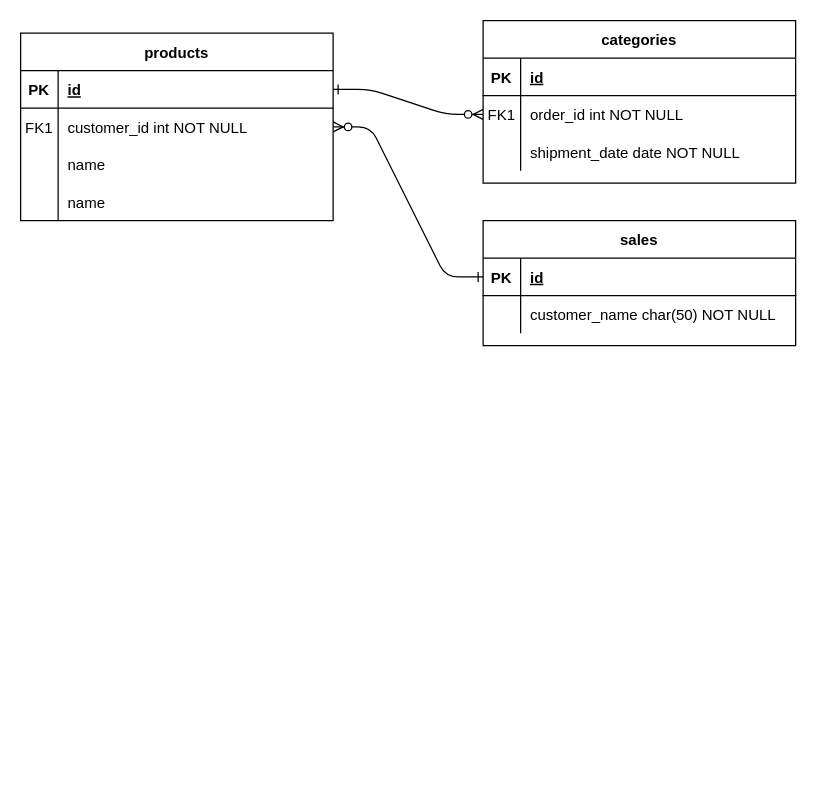
Earlier version of the draw.io diagram design.drawio (bio426/gendor). Source tidied: cells renumbered, new cells numbered last; positions are measured from the earlier drawing's top-left corner, leaving out a move shared by most shapes. Both pictures are drawn from the tidied source at 125%, with x=0, y=0 at pixel (20, 20).
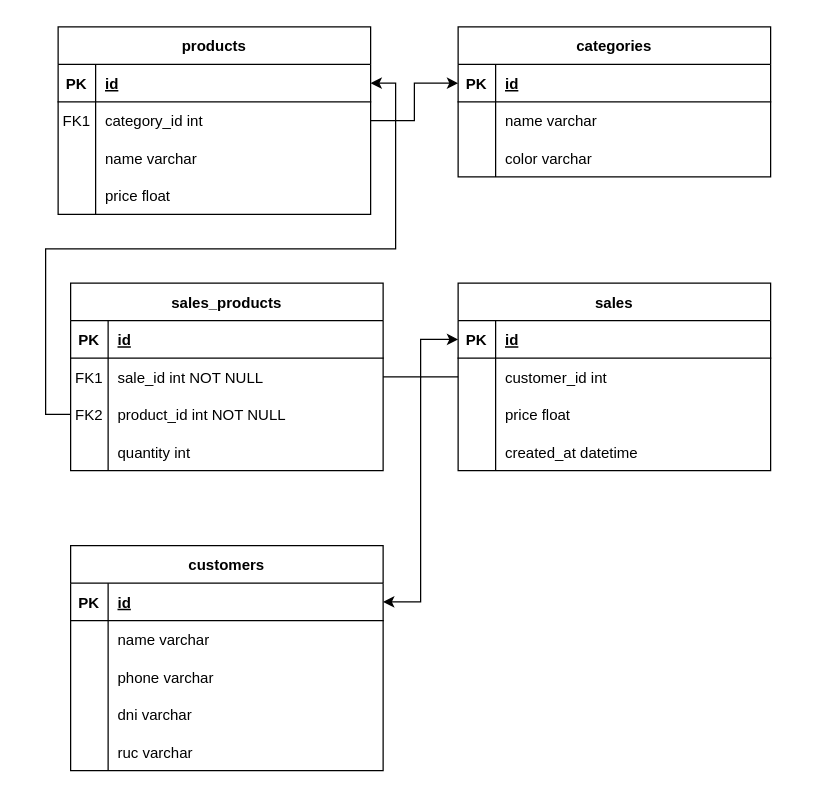
The same diagram, later.

The change refers to these unchanged cells:
```xml
<mxCell id="5" style="shape=partialRectangle;fillColor=none;points=[[0,0.5],[1,0.5]];portConstraint=eastwest;top=0;left=0;right=0;bottom=1;" parent="4" vertex="1">
  <mxGeometry y="30" width="250" height="30" as="geometry" />
</mxCell>
<mxCell id="8" style="shape=partialRectangle;fillColor=none;points=[[0,0.5],[1,0.5]];portConstraint=eastwest;top=0;left=0;right=0;bottom=0;" parent="4" vertex="1">
  <mxGeometry y="60" width="250" height="30" as="geometry" />
</mxCell>
<mxCell id="11" style="shape=partialRectangle;fillColor=none;top=0;left=0;right=0;bottom=0;" parent="4" vertex="1">
  <mxGeometry y="90" width="250" height="30" as="geometry" />
</mxCell>
<mxCell id="14" style="shape=partialRectangle;fillColor=none;top=0;left=0;right=0;bottom=0;" parent="4" vertex="1">
  <mxGeometry y="120" width="250" height="30" as="geometry" />
</mxCell>
<mxCell id="18" style="shape=partialRectangle;fillColor=none;points=[[0,0.5],[1,0.5]];portConstraint=eastwest;top=0;left=0;right=0;bottom=1;" parent="17" vertex="1">
  <mxGeometry y="30" width="250" height="30" as="geometry" />
</mxCell>
<mxCell id="28" style="shape=partialRectangle;fillColor=none;points=[[0,0.5],[1,0.5]];portConstraint=eastwest;top=0;left=0;right=0;bottom=1;" parent="27" vertex="1">
  <mxGeometry y="30" width="250" height="30" as="geometry" />
</mxCell>
<mxCell id="31" style="shape=partialRectangle;fillColor=none;points=[[0,0.5],[1,0.5]];portConstraint=eastwest;top=0;left=0;right=0;bottom=0;" parent="27" vertex="1">
  <mxGeometry y="60" width="250" height="30" as="geometry" />
</mxCell>
```

What changed in the source:
```diff
@@
-    <mxCell id="2" style="edgeStyle=entityRelationEdgeStyle;endArrow=ERzeroToMany;startArrow=ERone;endFill=1;startFill=0;" parent="1" edge="1" source="28" target="8">
-      <mxGeometry relative="1" as="geometry" />
-    </mxCell>
-    <mxCell id="3" style="edgeStyle=entityRelationEdgeStyle;endArrow=ERzeroToMany;startArrow=ERone;endFill=1;startFill=0;" parent="1" edge="1" source="5" target="21">
-      <mxGeometry relative="1" as="geometry" />
-    </mxCell>
     <mxCell id="4" value="products" style="shape=table;startSize=30;childLayout=tableLayout;rowLines=0;fontStyle=1;align=center;" parent="1" vertex="1">
-      <mxGeometry y="10" width="250" height="150" as="geometry" />
+      <mxGeometry x="30" y="5" width="250" height="150" as="geometry" />
     </mxCell>
@@
-    <mxCell id="10" value="customer_id int NOT NULL" style="shape=partialRectangle;overflow=hidden;fillColor=none;top=0;left=0;bottom=0;right=0;align=left;spacingLeft=6;" parent="8" vertex="1">
+    <mxCell id="10" value="category_id int" style="shape=partialRectangle;overflow=hidden;fillColor=none;top=0;left=0;bottom=0;right=0;align=left;spacingLeft=6;" parent="8" vertex="1">
       <mxGeometry x="30" width="220" height="30" as="geometry" />
     </mxCell>
@@
-    <mxCell id="13" value="name" style="shape=partialRectangle;overflow=hidden;fillColor=none;top=0;left=0;bottom=0;right=0;align=left;spacingLeft=6;" parent="11" vertex="1">
+    <mxCell id="13" value="name varchar" style="shape=partialRectangle;overflow=hidden;fillColor=none;top=0;left=0;bottom=0;right=0;align=left;spacingLeft=6;" parent="11" vertex="1">
       <mxGeometry x="30" width="220" height="30" as="geometry" />
     </mxCell>
@@
-    <mxCell id="16" value="name" style="shape=partialRectangle;overflow=hidden;fillColor=none;top=0;left=0;bottom=0;right=0;align=left;spacingLeft=6;" parent="14" vertex="1">
+    <mxCell id="16" value="price float" style="shape=partialRectangle;overflow=hidden;fillColor=none;top=0;left=0;bottom=0;right=0;align=left;spacingLeft=6;" parent="14" vertex="1">
       <mxGeometry x="30" width="220" height="30" as="geometry" />
     </mxCell>
     <mxCell id="17" value="categories" style="shape=table;startSize=30;childLayout=tableLayout;rowLines=0;fontStyle=1;align=center;" parent="1" vertex="1">
-      <mxGeometry x="370" width="250" height="130" as="geometry" />
+      <mxGeometry x="350" y="5" width="250" height="120" as="geometry" />
     </mxCell>
@@
-    <mxCell id="21" style="shape=partialRectangle;fillColor=none;points=[[0,0.5],[1,0.5]];portConstraint=eastwest;top=0;left=0;right=0;bottom=0;" parent="17" vertex="1">
-      <mxGeometry y="60" width="250" height="30" as="geometry" />
-    </mxCell>
-    <mxCell id="22" value="FK1" style="shape=partialRectangle;overflow=hidden;fillColor=none;top=0;left=0;bottom=0;right=0;" parent="21" vertex="1">
-      <mxGeometry width="30" height="30" as="geometry" />
-    </mxCell>
-    <mxCell id="23" value="order_id int NOT NULL" style="shape=partialRectangle;overflow=hidden;fillColor=none;top=0;left=0;bottom=0;right=0;align=left;spacingLeft=6;" parent="21" vertex="1">
-      <mxGeometry x="30" width="220" height="30" as="geometry" />
-    </mxCell>
     <mxCell id="24" style="shape=partialRectangle;fillColor=none;top=0;left=0;right=0;bottom=0;" parent="17" vertex="1">
-      <mxGeometry y="90" width="250" height="30" as="geometry" />
+      <mxGeometry y="60" width="250" height="30" as="geometry" />
     </mxCell>
@@
-    <mxCell id="26" value="shipment_date date NOT NULL" style="shape=partialRectangle;overflow=hidden;fillColor=none;top=0;left=0;bottom=0;right=0;align=left;spacingLeft=6;" parent="24" vertex="1">
+    <mxCell id="26" value="name varchar" style="shape=partialRectangle;overflow=hidden;fillColor=none;top=0;left=0;bottom=0;right=0;align=left;spacingLeft=6;" parent="24" vertex="1">
       <mxGeometry x="30" width="220" height="30" as="geometry" />
     </mxCell>
+    <mxCell id="34" style="shape=partialRectangle;fillColor=none;top=0;left=0;right=0;bottom=0;" parent="17" vertex="1">
+      <mxGeometry y="90" width="250" height="30" as="geometry" />
+    </mxCell>
+    <mxCell id="35" style="shape=partialRectangle;overflow=hidden;fillColor=none;top=0;left=0;bottom=0;right=0;" parent="34" vertex="1">
+      <mxGeometry width="30" height="30" as="geometry" />
+    </mxCell>
+    <mxCell id="36" value="color varchar" style="shape=partialRectangle;overflow=hidden;fillColor=none;top=0;left=0;bottom=0;right=0;align=left;spacingLeft=6;" parent="34" vertex="1">
+      <mxGeometry x="30" width="220" height="30" as="geometry" />
+    </mxCell>
     <mxCell id="27" value="sales" style="shape=table;startSize=30;childLayout=tableLayout;rowLines=0;fontStyle=1;align=center;" parent="1" vertex="1">
-      <mxGeometry x="370" y="160" width="250" height="100" as="geometry" />
+      <mxGeometry x="350" y="210" width="250" height="150" as="geometry" />
     </mxCell>
@@
-    <mxCell id="33" value="customer_name char(50) NOT NULL" style="shape=partialRectangle;overflow=hidden;fillColor=none;top=0;left=0;bottom=0;right=0;align=left;spacingLeft=6;" parent="31" vertex="1">
+    <mxCell id="33" value="customer_id int" style="shape=partialRectangle;overflow=hidden;fillColor=none;top=0;left=0;bottom=0;right=0;align=left;spacingLeft=6;" parent="31" vertex="1">
       <mxGeometry x="30" width="220" height="30" as="geometry" />
     </mxCell>
+    <mxCell id="37" style="shape=partialRectangle;fillColor=none;top=0;left=0;right=0;bottom=0;" parent="27" vertex="1">
+      <mxGeometry y="90" width="250" height="30" as="geometry" />
+    </mxCell>
+    <mxCell id="38" style="shape=partialRectangle;overflow=hidden;fillColor=none;top=0;left=0;bottom=0;right=0;" parent="37" vertex="1">
+      <mxGeometry width="30" height="30" as="geometry" />
+    </mxCell>
+    <mxCell id="39" value="price float" style="shape=partialRectangle;overflow=hidden;fillColor=none;top=0;left=0;bottom=0;right=0;align=left;spacingLeft=6;" parent="37" vertex="1">
+      <mxGeometry x="30" width="220" height="30" as="geometry" />
+    </mxCell>
+    <mxCell id="40" style="shape=partialRectangle;fillColor=none;top=0;left=0;right=0;bottom=0;" parent="27" vertex="1">
+      <mxGeometry y="120" width="250" height="30" as="geometry" />
+    </mxCell>
+    <mxCell id="41" style="shape=partialRectangle;overflow=hidden;fillColor=none;top=0;left=0;bottom=0;right=0;" parent="40" vertex="1">
+      <mxGeometry width="30" height="30" as="geometry" />
+    </mxCell>
+    <mxCell id="42" value="created_at datetime" style="shape=partialRectangle;overflow=hidden;fillColor=none;top=0;left=0;bottom=0;right=0;align=left;spacingLeft=6;" parent="40" vertex="1">
+      <mxGeometry x="30" width="220" height="30" as="geometry" />
+    </mxCell>
+    <mxCell id="43" value="sales_products" style="shape=table;startSize=30;childLayout=tableLayout;rowLines=0;fontStyle=1;align=center;" parent="1" vertex="1">
+      <mxGeometry x="40" y="210" width="250" height="150" as="geometry" />
+    </mxCell>
+    <mxCell id="44" style="shape=partialRectangle;fillColor=none;top=0;left=0;right=0;bottom=1;" parent="43" vertex="1">
+      <mxGeometry y="30" width="250" height="30" as="geometry" />
+    </mxCell>
+    <mxCell id="45" value="PK" style="shape=partialRectangle;overflow=hidden;fillColor=none;top=0;left=0;bottom=0;right=0;fontStyle=1;" parent="44" vertex="1">
+      <mxGeometry width="30" height="30" as="geometry" />
+    </mxCell>
+    <mxCell id="46" value="id" style="shape=partialRectangle;overflow=hidden;fillColor=none;top=0;left=0;bottom=0;right=0;align=left;spacingLeft=6;fontStyle=5;" parent="44" vertex="1">
+      <mxGeometry x="30" width="220" height="30" as="geometry" />
+    </mxCell>
+    <mxCell id="47" style="shape=partialRectangle;fillColor=none;points=[[0,0.5],[1,0.5]];portConstraint=eastwest;top=0;left=0;right=0;bottom=0;" parent="43" vertex="1">
+      <mxGeometry y="60" width="250" height="30" as="geometry" />
+    </mxCell>
+    <mxCell id="22" value="FK1" style="shape=partialRectangle;overflow=hidden;fillColor=none;top=0;left=0;bottom=0;right=0;" parent="47" vertex="1">
+      <mxGeometry width="30" height="30" as="geometry" />
+    </mxCell>
+    <mxCell id="48" value="sale_id int NOT NULL" style="shape=partialRectangle;overflow=hidden;fillColor=none;top=0;left=0;bottom=0;right=0;align=left;spacingLeft=6;" parent="47" vertex="1">
+      <mxGeometry x="30" width="220" height="30" as="geometry" />
+    </mxCell>
+    <mxCell id="49" style="shape=partialRectangle;fillColor=none;points=[[0,0.5],[1,0.5]];portConstraint=eastwest;top=0;left=0;right=0;bottom=0;" parent="43" vertex="1">
+      <mxGeometry y="90" width="250" height="30" as="geometry" />
+    </mxCell>
+    <mxCell id="50" value="FK2" style="shape=partialRectangle;overflow=hidden;fillColor=none;top=0;left=0;bottom=0;right=0;" parent="49" vertex="1">
+      <mxGeometry width="30" height="30" as="geometry" />
+    </mxCell>
+    <mxCell id="51" value="product_id int NOT NULL" style="shape=partialRectangle;overflow=hidden;fillColor=none;top=0;left=0;bottom=0;right=0;align=left;spacingLeft=6;" parent="49" vertex="1">
+      <mxGeometry x="30" width="220" height="30" as="geometry" />
+    </mxCell>
+    <mxCell id="52" style="shape=partialRectangle;fillColor=none;top=0;left=0;right=0;bottom=0;" parent="43" vertex="1">
+      <mxGeometry y="120" width="250" height="30" as="geometry" />
+    </mxCell>
+    <mxCell id="53" style="shape=partialRectangle;overflow=hidden;fillColor=none;top=0;left=0;bottom=0;right=0;" parent="52" vertex="1">
+      <mxGeometry width="30" height="30" as="geometry" />
+    </mxCell>
+    <mxCell id="54" value="quantity int" style="shape=partialRectangle;overflow=hidden;fillColor=none;top=0;left=0;bottom=0;right=0;align=left;spacingLeft=6;" parent="52" vertex="1">
+      <mxGeometry x="30" width="220" height="30" as="geometry" />
+    </mxCell>
+    <mxCell id="55" style="edgeStyle=orthogonalEdgeStyle;rounded=0;jettySize=auto;html=1;entryX=0;entryY=0.5;entryDx=0;entryDy=0;" parent="1" edge="1" source="47" target="28">
+      <mxGeometry relative="1" as="geometry" />
+    </mxCell>
+    <mxCell id="56" style="edgeStyle=orthogonalEdgeStyle;rounded=0;jettySize=auto;html=1;entryX=1;entryY=0.5;entryDx=0;entryDy=0;" parent="1" edge="1" source="49" target="5">
+      <mxGeometry relative="1" as="geometry" />
+    </mxCell>
+    <mxCell id="57" style="edgeStyle=orthogonalEdgeStyle;rounded=0;jettySize=auto;html=1;entryX=0;entryY=0.5;entryDx=0;entryDy=0;" parent="1" edge="1" source="8" target="18">
+      <mxGeometry relative="1" as="geometry" />
+    </mxCell>
+    <mxCell id="58" value="customers" style="shape=table;startSize=30;childLayout=tableLayout;rowLines=0;fontStyle=1;align=center;" parent="1" vertex="1">
+      <mxGeometry x="40" y="420" width="250" height="180" as="geometry" />
+    </mxCell>
+    <mxCell id="59" style="shape=partialRectangle;fillColor=none;points=[[0,0.5],[1,0.5]];portConstraint=eastwest;top=0;left=0;right=0;bottom=1;" parent="58" vertex="1">
+      <mxGeometry y="30" width="250" height="30" as="geometry" />
+    </mxCell>
+    <mxCell id="60" value="PK" style="shape=partialRectangle;overflow=hidden;fillColor=none;top=0;left=0;bottom=0;right=0;fontStyle=1;" parent="59" vertex="1">
+      <mxGeometry width="30" height="30" as="geometry" />
+    </mxCell>
+    <mxCell id="61" value="id" style="shape=partialRectangle;overflow=hidden;fillColor=none;top=0;left=0;bottom=0;right=0;align=left;spacingLeft=6;fontStyle=5;" parent="59" vertex="1">
+      <mxGeometry x="30" width="220" height="30" as="geometry" />
+    </mxCell>
+    <mxCell id="62" style="shape=partialRectangle;fillColor=none;top=0;left=0;right=0;bottom=0;" parent="58" vertex="1">
+      <mxGeometry y="60" width="250" height="30" as="geometry" />
+    </mxCell>
+    <mxCell id="63" style="shape=partialRectangle;overflow=hidden;fillColor=none;top=0;left=0;bottom=0;right=0;" parent="62" vertex="1">
+      <mxGeometry width="30" height="30" as="geometry" />
+    </mxCell>
+    <mxCell id="64" value="name varchar" style="shape=partialRectangle;overflow=hidden;fillColor=none;top=0;left=0;bottom=0;right=0;align=left;spacingLeft=6;" parent="62" vertex="1">
+      <mxGeometry x="30" width="220" height="30" as="geometry" />
+    </mxCell>
+    <mxCell id="65" style="shape=partialRectangle;fillColor=none;top=0;left=0;right=0;bottom=0;" parent="58" vertex="1">
+      <mxGeometry y="90" width="250" height="30" as="geometry" />
+    </mxCell>
+    <mxCell id="66" style="shape=partialRectangle;overflow=hidden;fillColor=none;top=0;left=0;bottom=0;right=0;" parent="65" vertex="1">
+      <mxGeometry width="30" height="30" as="geometry" />
+    </mxCell>
+    <mxCell id="67" value="phone varchar" style="shape=partialRectangle;overflow=hidden;fillColor=none;top=0;left=0;bottom=0;right=0;align=left;spacingLeft=6;" parent="65" vertex="1">
+      <mxGeometry x="30" width="220" height="30" as="geometry" />
+    </mxCell>
+    <mxCell id="68" style="shape=partialRectangle;fillColor=none;top=0;left=0;right=0;bottom=0;" parent="58" vertex="1">
+      <mxGeometry y="120" width="250" height="30" as="geometry" />
+    </mxCell>
+    <mxCell id="69" style="shape=partialRectangle;overflow=hidden;fillColor=none;top=0;left=0;bottom=0;right=0;" parent="68" vertex="1">
+      <mxGeometry width="30" height="30" as="geometry" />
+    </mxCell>
+    <mxCell id="70" value="dni varchar" style="shape=partialRectangle;overflow=hidden;fillColor=none;top=0;left=0;bottom=0;right=0;align=left;spacingLeft=6;fontStyle=0;" parent="68" vertex="1">
+      <mxGeometry x="30" width="220" height="30" as="geometry" />
+    </mxCell>
+    <mxCell id="71" style="shape=partialRectangle;fillColor=none;top=0;left=0;right=0;bottom=0;" parent="58" vertex="1">
+      <mxGeometry y="150" width="250" height="30" as="geometry" />
+    </mxCell>
+    <mxCell id="72" style="shape=partialRectangle;overflow=hidden;fillColor=none;top=0;left=0;bottom=0;right=0;" parent="71" vertex="1">
+      <mxGeometry width="30" height="30" as="geometry" />
+    </mxCell>
+    <mxCell id="73" value="ruc varchar" style="shape=partialRectangle;overflow=hidden;fillColor=none;top=0;left=0;bottom=0;right=0;align=left;spacingLeft=6;fontStyle=0;" parent="71" vertex="1">
+      <mxGeometry x="30" width="220" height="30" as="geometry" />
+    </mxCell>
+    <mxCell id="74" style="edgeStyle=orthogonalEdgeStyle;rounded=0;jettySize=auto;html=1;entryX=1;entryY=0.5;entryDx=0;entryDy=0;" parent="1" edge="1" source="31" target="59">
+      <mxGeometry relative="1" as="geometry" />
+    </mxCell>
```
